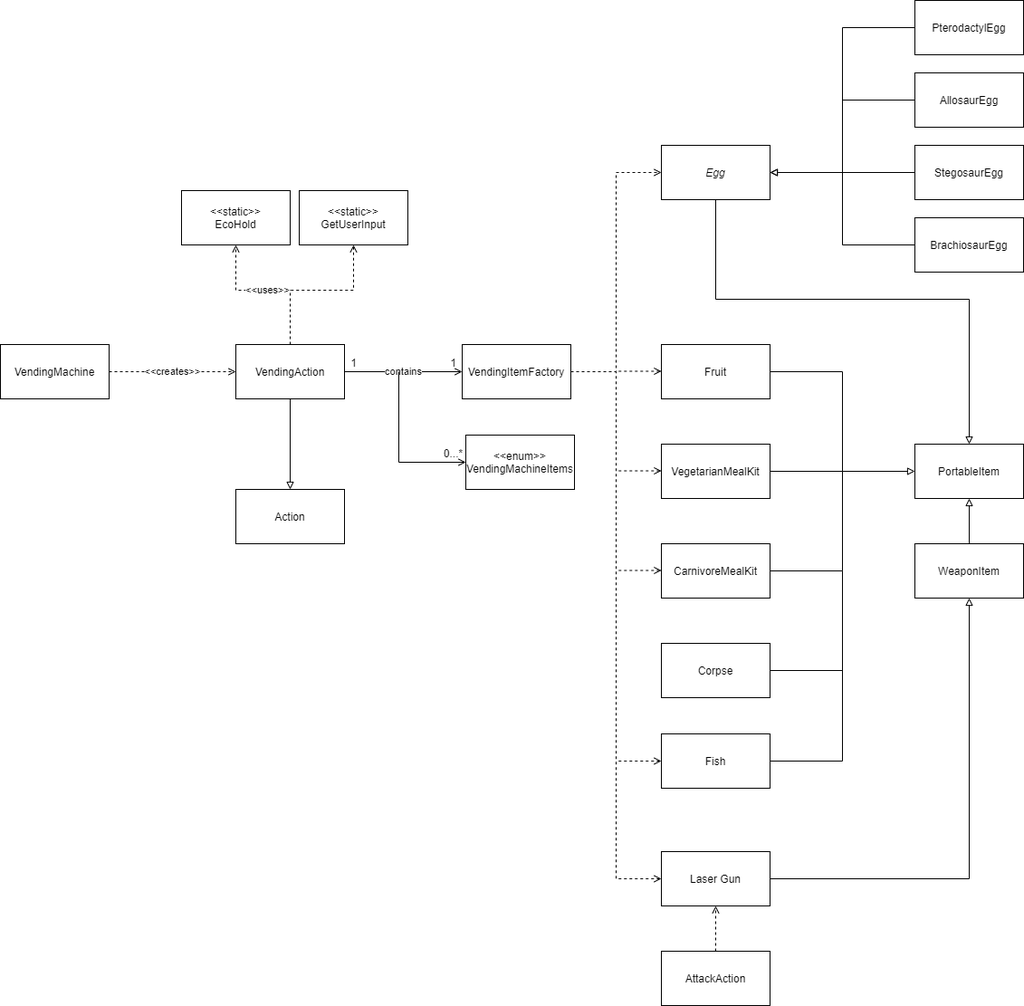
The draw.io diagram docs/FIT2099_A1_UML_ItemsVendingMachine.png in Nochl/Jurrasic_Park_Sim, before a commit. Source tidied: cells renumbered, new cells last; positions are measured from the earlier drawing's top-left corner, leaving out a move shared by most shapes.
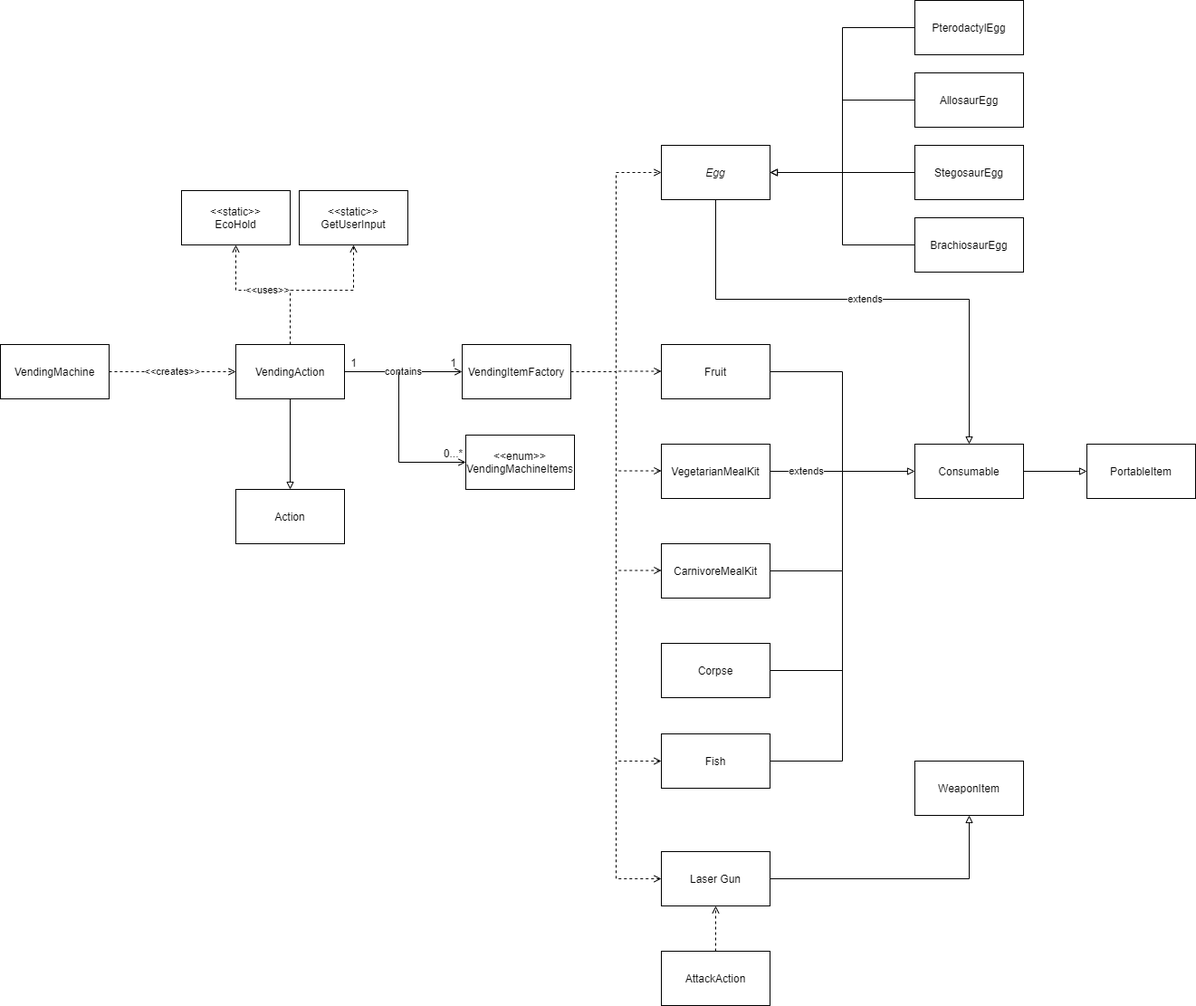
Later version of the same file.

Commit message:
Set all consumable child classes to extend from Consumable class

Change to the diagram source:
```diff
@@ -2,7 +2,7 @@
   <root>
     <mxCell id="0" />
     <mxCell id="1" parent="0" />
-    <mxCell id="2" style="edgeStyle=orthogonalEdgeStyle;rounded=0;jettySize=auto;html=1;entryX=0.5;entryY=0;entryDx=0;entryDy=0;startArrow=none;startFill=0;endArrow=block;endFill=0;exitX=0.5;exitY=1;exitDx=0;exitDy=0;" parent="1" edge="1" source="3" target="17">
+    <mxCell id="2" value="extends" style="edgeStyle=orthogonalEdgeStyle;rounded=0;jettySize=auto;html=1;entryX=0.5;entryY=0;entryDx=0;entryDy=0;startArrow=none;startFill=0;endArrow=block;endFill=0;exitX=0.5;exitY=1;exitDx=0;exitDy=0;" parent="1" edge="1" source="3" target="17">
       <mxGeometry relative="1" as="geometry">
         <Array as="points">
           <mxPoint x="790" y="330" />
@@ -36,7 +36,7 @@
     <mxCell id="8" value="Fruit" style="whiteSpace=wrap;html=1;" parent="1" vertex="1">
       <mxGeometry x="730" y="380" width="120" height="60" as="geometry" />
     </mxCell>
-    <mxCell id="9" style="edgeStyle=orthogonalEdgeStyle;rounded=0;jettySize=auto;html=1;exitX=1;exitY=0.5;exitDx=0;exitDy=0;endArrow=none;endFill=0;" parent="1" edge="1" source="10">
+    <mxCell id="9" value="extends" style="edgeStyle=orthogonalEdgeStyle;rounded=0;jettySize=auto;html=1;exitX=1;exitY=0.5;exitDx=0;exitDy=0;endArrow=none;endFill=0;" parent="1" edge="1" source="10">
       <mxGeometry relative="1" as="geometry">
         <mxPoint x="930" y="520" as="targetPoint" />
       </mxGeometry>
@@ -67,14 +67,16 @@
     <mxCell id="16" value="VendingAction" style="whiteSpace=wrap;html=1;" parent="1" vertex="1">
       <mxGeometry x="260" y="380" width="120" height="60" as="geometry" />
     </mxCell>
+    <mxCell id="51" style="edgeStyle=orthogonalEdgeStyle;rounded=0;jettySize=auto;html=1;exitX=1;exitY=0.5;exitDx=0;exitDy=0;endArrow=block;endFill=0;" parent="1" edge="1" source="17">
+      <mxGeometry relative="1" as="geometry">
+        <mxPoint x="1200" y="520" as="targetPoint" />
+      </mxGeometry>
+    </mxCell>
-    <mxCell id="17" value="PortableItem" style="whiteSpace=wrap;html=1;" parent="1" vertex="1">
+    <mxCell id="17" value="Consumable" style="whiteSpace=wrap;html=1;" parent="1" vertex="1">
       <mxGeometry x="1010" y="490" width="120" height="60" as="geometry" />
     </mxCell>
-    <mxCell id="18" style="edgeStyle=orthogonalEdgeStyle;rounded=0;jettySize=auto;html=1;exitX=0.5;exitY=0;exitDx=0;exitDy=0;entryX=0.5;entryY=1;entryDx=0;entryDy=0;startArrow=none;startFill=0;endArrow=block;endFill=0;" parent="1" edge="1" source="19" target="17">
-      <mxGeometry relative="1" as="geometry" />
-    </mxCell>
     <mxCell id="19" value="WeaponItem" style="rounded=0;whiteSpace=wrap;html=1;" parent="1" vertex="1">
-      <mxGeometry x="1010" y="600" width="120" height="60" as="geometry" />
+      <mxGeometry x="1010" y="840" width="120" height="60" as="geometry" />
     </mxCell>
     <mxCell id="20" value="Action" style="whiteSpace=wrap;html=1;" parent="1" vertex="1">
       <mxGeometry x="260" y="540" width="120" height="60" as="geometry" />
@@ -213,5 +215,8 @@
     <mxCell id="50" value="&amp;lt;&amp;lt;static&amp;gt;&amp;gt;&lt;br&gt;GetUserInput" style="whiteSpace=wrap;html=1;" parent="1" vertex="1">
       <mxGeometry x="330" y="210" width="120" height="60" as="geometry" />
     </mxCell>
+    <mxCell id="52" value="PortableItem" style="whiteSpace=wrap;html=1;" parent="1" vertex="1">
+      <mxGeometry x="1200" y="490" width="120" height="60" as="geometry" />
+    </mxCell>
   </root>
 </mxGraphModel>
```
